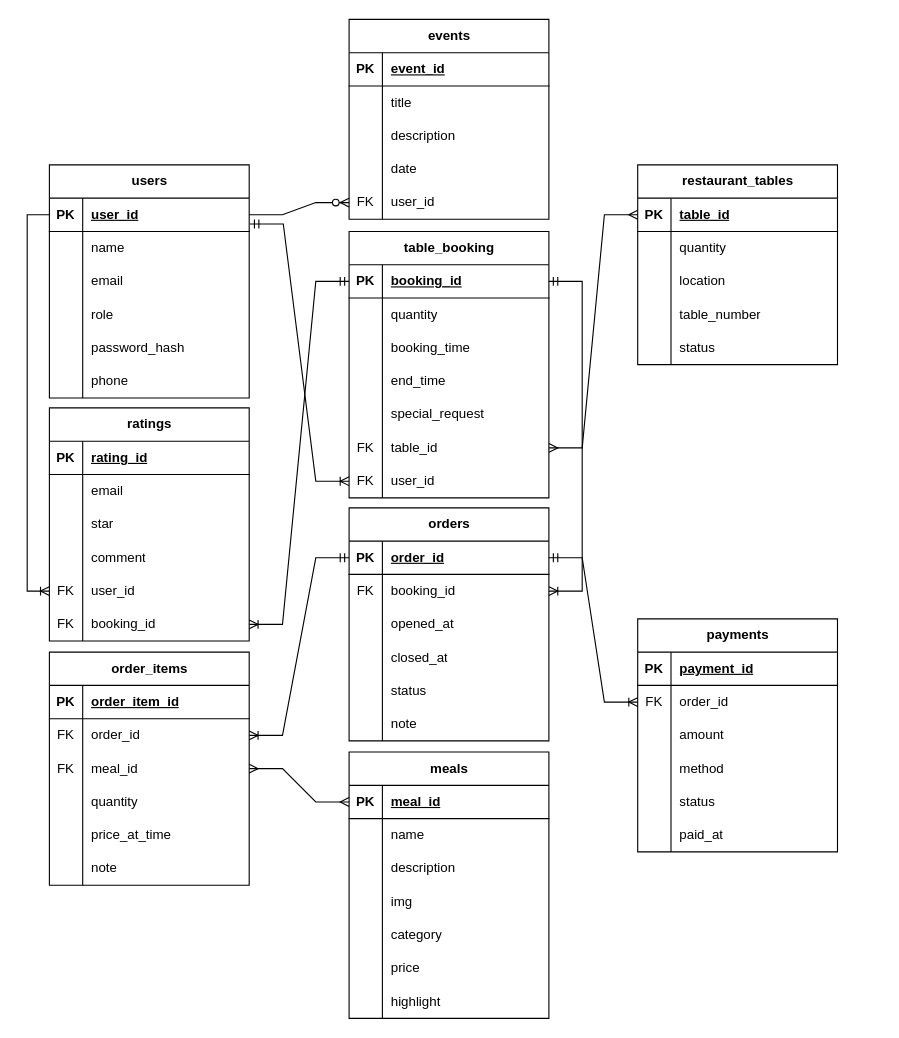
Above: TokyoBites_ERD.drawio in hoangcuong281/Restaurant-Management-Website (draw.io), before the change. Source tidied: cells renumbered, new cells numbered last; positions are measured from the earlier drawing's top-left corner, leaving out a move shared by most shapes. Both pictures are drawn from the tidied source at 111%, with x=0, y=0 at pixel (27, 19).
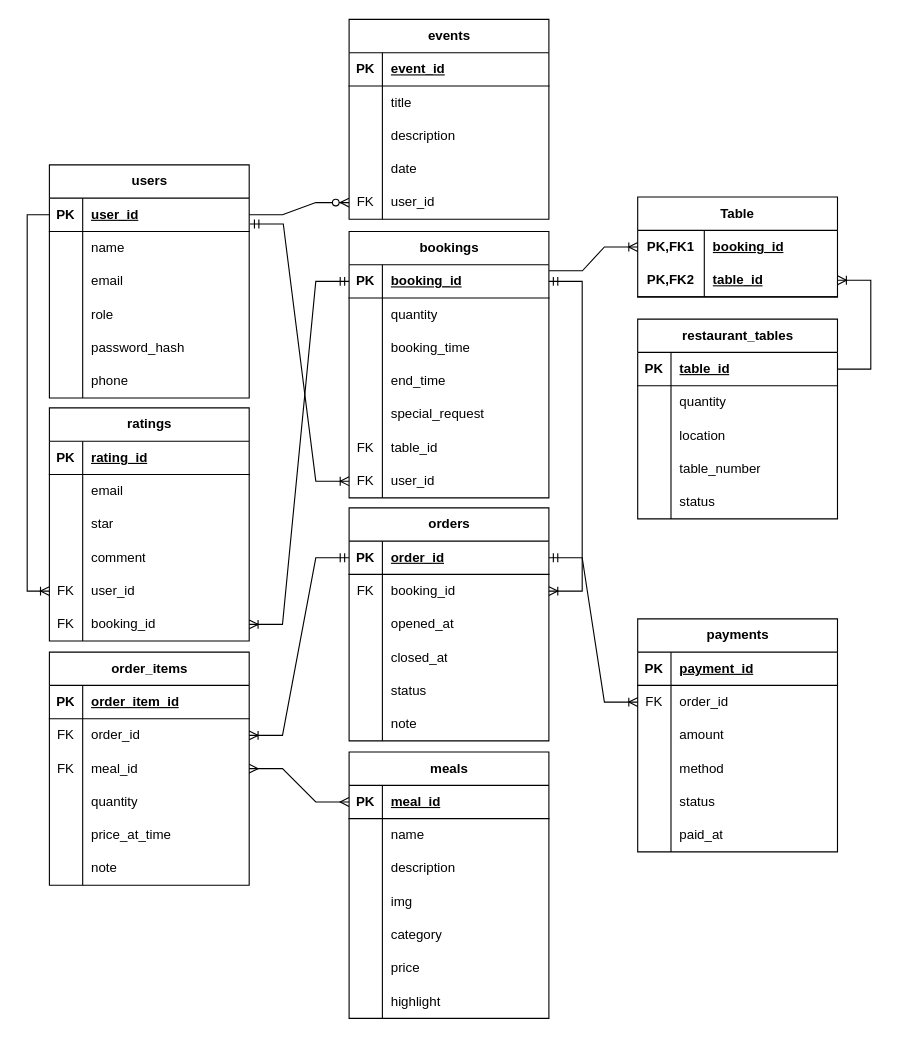
The same diagram, later.

Commit message:
(feat): added middle table between bookings and restaurant_tables

Unchanged cells that the change refers to:
```xml
<mxCell id="22" style="shape=tableRow;horizontal=0;startSize=0;swimlaneHead=0;swimlaneBody=0;fillColor=none;points=[[0,0.5],[1,0.5]];portConstraint=eastwest;top=0;left=0;right=0;bottom=1;" parent="21" vertex="1">
  <mxGeometry y="30" width="180" height="30" as="geometry" />
</mxCell>
<mxCell id="37" style="shape=tableRow;horizontal=0;startSize=0;swimlaneHead=0;swimlaneBody=0;fillColor=none;points=[[0,0.5],[1,0.5]];portConstraint=eastwest;top=0;left=0;right=0;bottom=0;" parent="21" vertex="1">
  <mxGeometry y="180" width="180" height="30" as="geometry" />
</mxCell>
<mxCell id="103" style="shape=tableRow;horizontal=0;startSize=0;swimlaneHead=0;swimlaneBody=0;fillColor=none;points=[[0,0.5],[1,0.5]];portConstraint=eastwest;top=0;left=0;right=0;bottom=1;" parent="102" vertex="1">
  <mxGeometry y="30" width="180" height="30" as="geometry" />
</mxCell>
```

What changed in the source:
```diff
@@
-    <mxCell id="21" value="table_booking" style="shape=table;startSize=30;childLayout=tableLayout;rowLines=0;fontStyle=1;align=center;html=1;" parent="1" vertex="1">
+    <mxCell id="21" value="bookings" style="shape=table;startSize=30;childLayout=tableLayout;rowLines=0;fontStyle=1;align=center;html=1;" parent="1" vertex="1">
       <mxGeometry x="290" y="191" width="180" height="240" as="geometry" />
     </mxCell>
@@
     <mxCell id="102" value="restaurant_tables" style="shape=table;startSize=30;childLayout=tableLayout;rowLines=0;fontStyle=1;align=center;html=1;" parent="1" vertex="1">
-      <mxGeometry x="550" y="131" width="180" height="180" as="geometry" />
+      <mxGeometry x="550" y="270" width="180" height="180" as="geometry" />
     </mxCell>
@@
-    <mxCell id="118" style="edgeStyle=entityRelationEdgeStyle;fontSize=12;html=1;endArrow=ERmany;startArrow=ERmany;rounded=0;" parent="1" edge="1" source="37" target="103">
-      <mxGeometry relative="1" as="geometry" />
-    </mxCell>
@@
+    <mxCell id="182" value="Table" style="shape=table;startSize=30;childLayout=tableLayout;rowLines=0;fontStyle=1;align=center;html=1;whiteSpace=wrap;" parent="1" vertex="1">
+      <mxGeometry x="550" y="160" width="180" height="90" as="geometry" />
+    </mxCell>
+    <mxCell id="183" style="shape=tableRow;horizontal=0;startSize=0;swimlaneHead=0;swimlaneBody=0;fillColor=none;points=[[0,0.5],[1,0.5]];portConstraint=eastwest;top=0;left=0;right=0;bottom=0;html=1;" parent="182" vertex="1">
+      <mxGeometry y="30" width="180" height="30" as="geometry" />
+    </mxCell>
+    <mxCell id="184" value="PK,FK1" style="shape=partialRectangle;fillColor=none;top=0;left=0;bottom=0;right=0;fontStyle=1;overflow=hidden;html=1;whiteSpace=wrap;" parent="183" vertex="1">
+      <mxGeometry width="60" height="30" as="geometry" />
+    </mxCell>
+    <mxCell id="185" value="booking_id" style="shape=partialRectangle;fillColor=none;top=0;left=0;bottom=0;right=0;align=left;spacingLeft=6;fontStyle=5;overflow=hidden;html=1;whiteSpace=wrap;" parent="183" vertex="1">
+      <mxGeometry x="60" width="120" height="30" as="geometry" />
+    </mxCell>
+    <mxCell id="186" style="shape=tableRow;horizontal=0;startSize=0;swimlaneHead=0;swimlaneBody=0;fillColor=none;points=[[0,0.5],[1,0.5]];portConstraint=eastwest;top=0;left=0;right=0;bottom=1;html=1;" parent="182" vertex="1">
+      <mxGeometry y="60" width="180" height="30" as="geometry" />
+    </mxCell>
+    <mxCell id="187" value="PK,FK2" style="shape=partialRectangle;fillColor=none;top=0;left=0;bottom=0;right=0;fontStyle=1;overflow=hidden;html=1;whiteSpace=wrap;" parent="186" vertex="1">
+      <mxGeometry width="60" height="30" as="geometry" />
+    </mxCell>
+    <mxCell id="188" value="table_id" style="shape=partialRectangle;fillColor=none;top=0;left=0;bottom=0;right=0;align=left;spacingLeft=6;fontStyle=5;overflow=hidden;html=1;whiteSpace=wrap;" parent="186" vertex="1">
+      <mxGeometry x="60" width="120" height="30" as="geometry" />
+    </mxCell>
+    <mxCell id="189" style="edgeStyle=entityRelationEdgeStyle;fontSize=12;html=1;endArrow=ERoneToMany;rounded=0;exitX=1.001;exitY=0.181;exitDx=0;exitDy=0;exitPerimeter=0;" parent="1" edge="1" source="22" target="183">
+      <mxGeometry relative="1" as="geometry" />
+    </mxCell>
+    <mxCell id="190" style="edgeStyle=entityRelationEdgeStyle;fontSize=12;html=1;endArrow=ERoneToMany;rounded=0;" parent="1" edge="1" source="103" target="186">
+      <mxGeometry relative="1" as="geometry" />
+    </mxCell>
```
